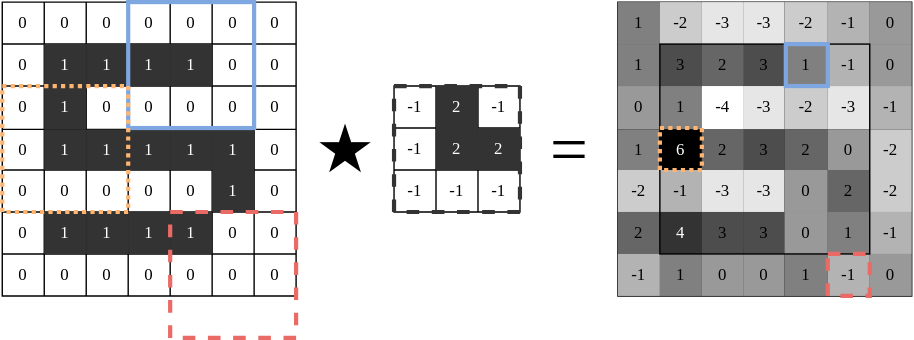
Above: img/comvolition-matrix.svg in dragoon8192/LaundryTag (draw.io), before the change. Source tidied: cells renumbered, new cells last; positions are measured from the earlier drawing's top-left corner, leaving out a move shared by most shapes.
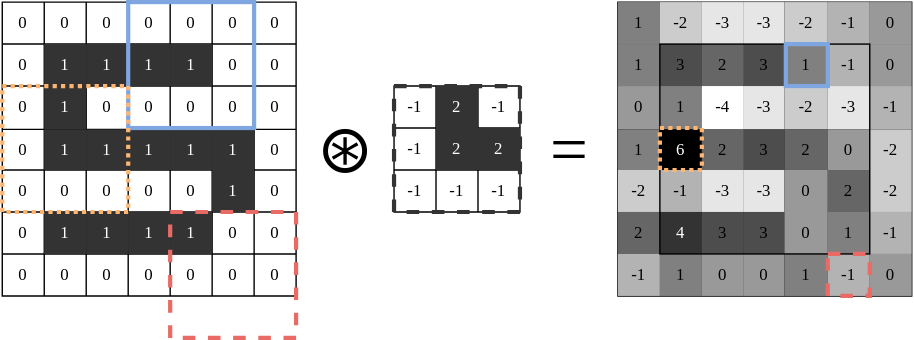
The same file after the commit.

Diff of the diagram source:
```diff
@@ -347,8 +347,8 @@
     <mxCell id="116" value="0" style="shape=partialRectangle;html=1;whiteSpace=wrap;fillColor=none;top=0;left=0;bottom=0;right=0;overflow=hidden;fontFamily=Times New Roman;" parent="109" vertex="1">
       <mxGeometry x="180" width="30" height="30" as="geometry" />
     </mxCell>
-    <mxCell id="117" value="&lt;font style=&quot;font-size: 48px;&quot; color=&quot;#000000&quot;&gt;★&lt;/font&gt;" style="text;html=1;align=center;verticalAlign=middle;strokeColor=none;fillColor=none;fontFamily=Times New Roman;fontColor=#FFFFFF;" parent="1" vertex="1">
-      <mxGeometry x="210" y="70" width="70" height="70" as="geometry" />
+    <mxCell id="117" value="&lt;font color=&quot;#000000&quot;&gt;&lt;span style=&quot;font-size: 48px;&quot;&gt;⊛&lt;/span&gt;&lt;/font&gt;" style="text;html=1;align=center;verticalAlign=middle;strokeColor=none;fillColor=none;fontFamily=Times New Roman;fontColor=#FFFFFF;" parent="1" vertex="1">
+      <mxGeometry x="215" y="70" width="60" height="70" as="geometry" />
     </mxCell>
     <mxCell id="118" style="shape=table;html=1;whiteSpace=wrap;startSize=0;labelBackgroundColor=none;fillStyle=auto;fontFamily=Times New Roman;fontSize=12;fontColor=#000000;fillColor=none;" parent="1" vertex="1">
       <mxGeometry x="280" y="60" width="90" height="90" as="geometry" />
```
